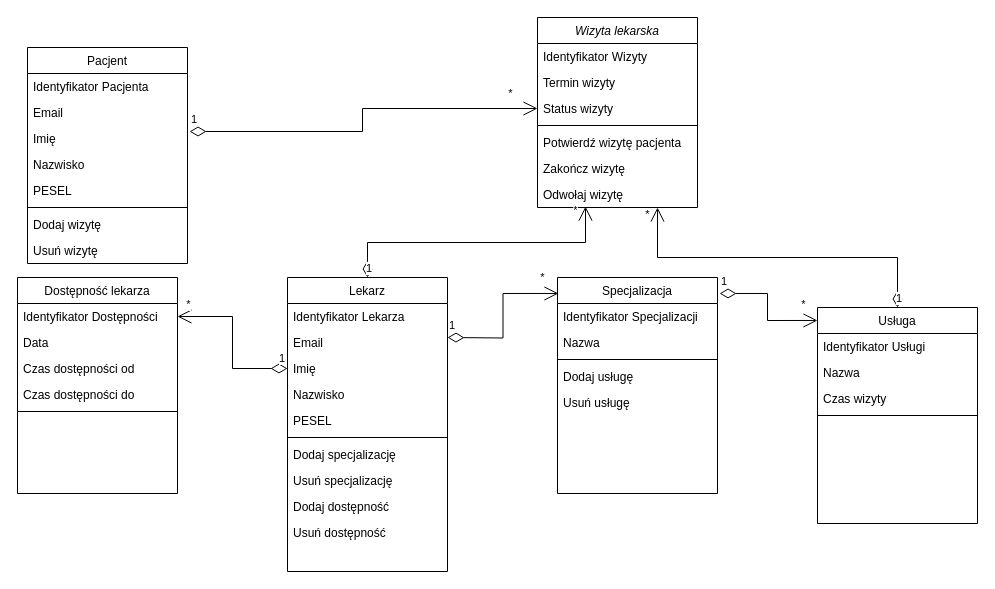
Above: diagrams/Diagram klas.drawio in oputyk/wit-computer-science-engineering-thesis (draw.io), before the change. Source tidied: cells renumbered, new cells numbered last; positions are measured from the earlier drawing's top-left corner, leaving out a move shared by most shapes. Both pictures are drawn from the tidied source at 100%, with x=0, y=0 at pixel (17, 17).
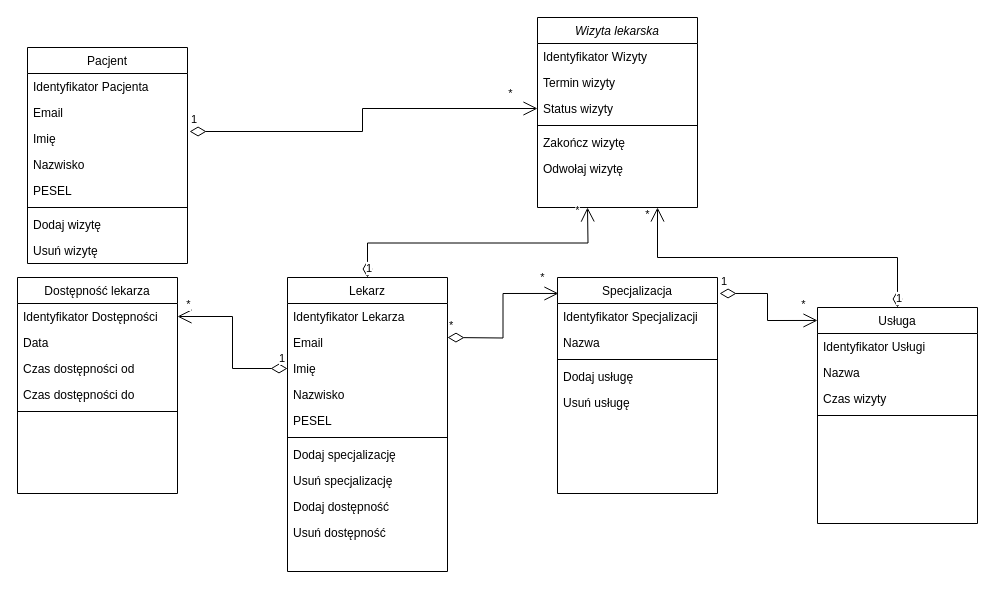
The same diagram, later.

Commit message (it also covers changes not shown here):
poprawki do diagramów

Unchanged cells that the change refers to:
```xml
<mxCell id="2" value="Wizyta lekarska" style="swimlane;fontStyle=2;align=center;verticalAlign=top;horizontal=1;startSize=26;rounded=0;shadow=0;strokeWidth=1;" parent="1" vertex="1">
  <mxGeometry x="520" width="160" height="190" as="geometry" />
</mxCell>
<mxCell id="19" value="Lekarz" style="swimlane;fontStyle=0;align=center;verticalAlign=top;horizontal=1;startSize=26;rounded=0;shadow=0;strokeWidth=1;" parent="1" vertex="1">
  <mxGeometry x="270" y="260" width="160" height="294" as="geometry" />
</mxCell>
<mxCell id="36" value="Specjalizacja" style="swimlane;fontStyle=0;align=center;verticalAlign=top;horizontal=1;startSize=26;rounded=0;shadow=0;strokeWidth=1;" parent="1" vertex="1">
  <mxGeometry x="540" y="260" width="160" height="216" as="geometry" />
</mxCell>
```

The edit, as a diff of the source:
```diff
@@
-    <mxCell id="7" value="Potwierdź wizytę pacjenta" style="text;align=left;verticalAlign=top;spacingLeft=4;spacingRight=4;overflow=hidden;" parent="2" vertex="1">
-      <mxGeometry y="112" width="160" height="26" as="geometry" />
-    </mxCell>
     <mxCell id="8" value="Zakończ wizytę" style="text;align=left;verticalAlign=top;spacingLeft=4;spacingRight=4;overflow=hidden;" parent="2" vertex="1">
-      <mxGeometry y="138" width="160" height="26" as="geometry" />
+      <mxGeometry y="112" width="160" height="26" as="geometry" />
     </mxCell>
     <mxCell id="9" value="Odwołaj wizytę" style="text;align=left;verticalAlign=top;spacingLeft=4;spacingRight=4;overflow=hidden;points=[[0,0.5],[1,0.5]];portConstraint=eastwest;" parent="2" vertex="1">
-      <mxGeometry y="164" width="160" height="26" as="geometry" />
+      <mxGeometry y="138" width="160" height="26" as="geometry" />
     </mxCell>
@@
-    <mxCell id="47" value="1" style="endArrow=open;html=1;endSize=12;startArrow=diamondThin;startSize=14;startFill=0;edgeStyle=orthogonalEdgeStyle;align=left;verticalAlign=bottom;rounded=0;entryX=0.006;entryY=0.074;entryDx=0;entryDy=0;entryPerimeter=0;" parent="1" edge="1" target="36">
+    <mxCell id="47" value="*" style="endArrow=open;html=1;endSize=12;startArrow=diamondThin;startSize=14;startFill=0;edgeStyle=orthogonalEdgeStyle;align=left;verticalAlign=bottom;rounded=0;entryX=0.006;entryY=0.074;entryDx=0;entryDy=0;entryPerimeter=0;" parent="1" edge="1" target="36">
       <mxGeometry x="-1" y="3" relative="1" as="geometry">
         <mxPoint x="430" y="320" as="sourcePoint" />
       </mxGeometry>
     </mxCell>
@@
-    <mxCell id="51" value="1" style="endArrow=open;html=1;endSize=12;startArrow=diamondThin;startSize=14;startFill=0;edgeStyle=orthogonalEdgeStyle;align=left;verticalAlign=bottom;rounded=0;entryX=0.3;entryY=0.962;entryDx=0;entryDy=0;exitX=0.5;exitY=0;exitDx=0;exitDy=0;entryPerimeter=0;" parent="1" edge="1" source="19" target="9">
-      <mxGeometry x="-1" y="3" relative="1" as="geometry" />
+    <mxCell id="51" value="1" style="endArrow=open;html=1;endSize=12;startArrow=diamondThin;startSize=14;startFill=0;edgeStyle=orthogonalEdgeStyle;align=left;verticalAlign=bottom;rounded=0;exitX=0.5;exitY=0;exitDx=0;exitDy=0;" parent="1" edge="1" source="19">
+      <mxGeometry x="-1" y="3" relative="1" as="geometry">
+        <mxPoint x="570" y="190" as="targetPoint" />
+      </mxGeometry>
     </mxCell>
```
